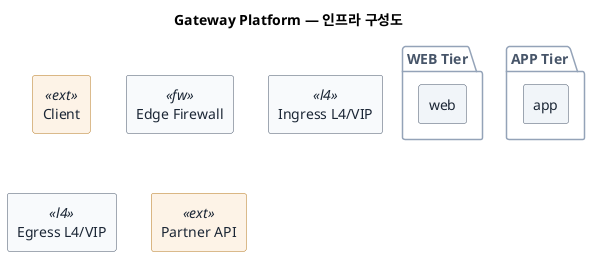
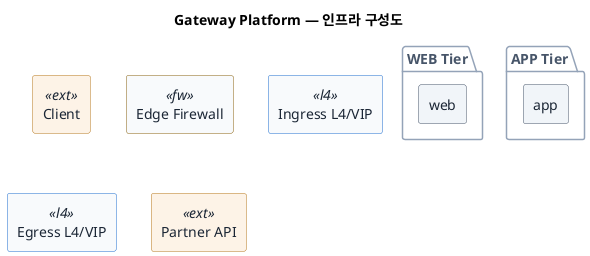
@startuml
skinparam backgroundColor #FFFFFF
skinparam rectangle {
  BackgroundColor #F1F5F9
  BackgroundColor<<ext>> #FDF3E7
  BackgroundColor<<gear>> #F8FAFC
  BackgroundColor<<fw>> #F8FAFC
  BackgroundColor<<l4>> #F8FAFC
  BorderColor #475569
  BorderColor<<ext>> #B7791F
  BorderColor<<gear>> #94A3B8
+   BorderColor<<fw>> #8A6210
+   BorderColor<<l4>> #1F6FD0
  FontColor #1B2635
}
skinparam package {
  BorderColor #94A3B8
  BackgroundColor transparent
  FontColor #475569
}
title Gateway Platform — 인프라 구성도
' flowcast source: flowcast 합성 예제 (topology · fw 방화벽 + l4 로드밸런서)
package "WEB Tier" {
  rectangle "web" as web1
}
package "APP Tier" {
  rectangle "app" as app1
}
rectangle "Client" as client <<ext>>
rectangle "Edge Firewall" as fw_edge <<fw>>
rectangle "Ingress L4/VIP" as lb_in <<l4>>
rectangle "Egress L4/VIP" as lb_out <<l4>>
rectangle "Partner API" as partner <<ext>>

@enduml

@startuml
skinparam backgroundColor #FFFFFF
skinparam rectangle {
  BackgroundColor #F1F5F9
  BackgroundColor<<ext>> #FDF3E7
  BackgroundColor<<gear>> #F8FAFC
  BackgroundColor<<fw>> #F8FAFC
  BackgroundColor<<l4>> #F8FAFC
  BorderColor #475569
  BorderColor<<ext>> #B7791F
  BorderColor<<gear>> #94A3B8
+   BorderColor<<fw>> #8A6210
+   BorderColor<<l4>> #1F6FD0
  FontColor #1B2635
}
skinparam package {
  BorderColor #94A3B8
  BackgroundColor transparent
  FontColor #475569
}
title Gateway Platform — 방화벽·L4 통과 FLOW
' flowcast source: flowcast 합성 예제 (topology · fw 방화벽 + l4 로드밸런서)
package "WEB Tier" {
  rectangle "web" as web1
}
package "APP Tier" {
  rectangle "app" as app1
}
rectangle "Client" as client <<ext>>
rectangle "Edge Firewall" as fw_edge <<fw>>
rectangle "Ingress L4/VIP" as lb_in <<l4>>
rectangle "Egress L4/VIP" as lb_out <<l4>>
rectangle "Partner API" as partner <<ext>>


client --> fw_edge : 1
fw_edge --> lb_in : 2
lb_in --> web1 : 3
web1 --> app1 : 4
app1 --> lb_out : 5
lb_out --> partner : 6

legend
|= # |= 설명 |
| 1 | 인바운드 요청\n( HTTPS 443 ) |
| 2 | 방화벽 통과(보안 필터)\n( FW rule · 인바운드 허용 ) |
| 3 | L4 분배(로드밸런싱)\n( TCP · VIP → 백엔드 풀 ) |
| 4 | 내부 호출\n( AJP 9109 ) |
| 5 | 아웃바운드 요청 |
| 6 | L4 통과\n( egress 443 ) |
end legend
@enduml
